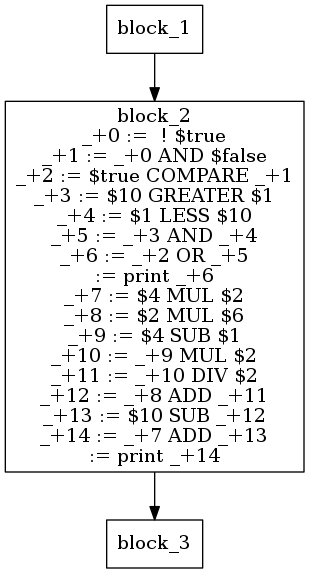
This is assignment_3/ir.png from DahVoid/DV1655, a Graphviz export, as it was before one commit. Its source is kept beside it as assignment_3/ir.dot.
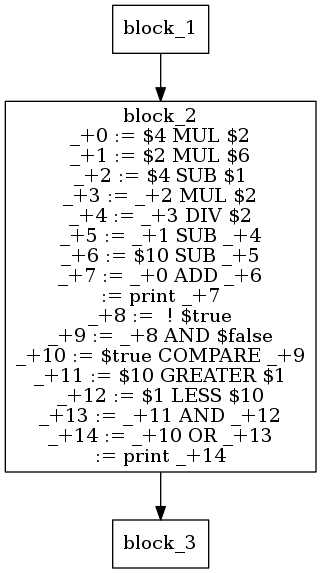
Above is the later version.

Change to the diagram source:
```diff
@@ -4,22 +4,22 @@
 "];
 block_1 -> block_2;
 block_2 [label="block_2
-_+0 :=  ! $true
-_+1 := _+0 AND $false
-_+2 := $true COMPARE _+1
-_+3 := $10 GREATER $1
-_+4 := $1 LESS $10
-_+5 := _+3 AND _+4
-_+6 := _+2 OR _+5
- := print _+6
-_+7 := $4 MUL $2
-_+8 := $2 MUL $6
-_+9 := $4 SUB $1
-_+10 := _+9 MUL $2
-_+11 := _+10 DIV $2
-_+12 := _+8 ADD _+11
-_+13 := $10 SUB _+12
-_+14 := _+7 ADD _+13
+_+0 := $4 MUL $2
+_+1 := $2 MUL $6
+_+2 := $4 SUB $1
+_+3 := _+2 MUL $2
+_+4 := _+3 DIV $2
+_+5 := _+1 SUB _+4
+_+6 := $10 SUB _+5
+_+7 := _+0 ADD _+6
+ := print _+7
+_+8 :=  ! $true
+_+9 := _+8 AND $false
+_+10 := $true COMPARE _+9
+_+11 := $10 GREATER $1
+_+12 := $1 LESS $10
+_+13 := _+11 AND _+12
+_+14 := _+10 OR _+13
  := print _+14
 "];
 block_3[label = "block_3"]
```
